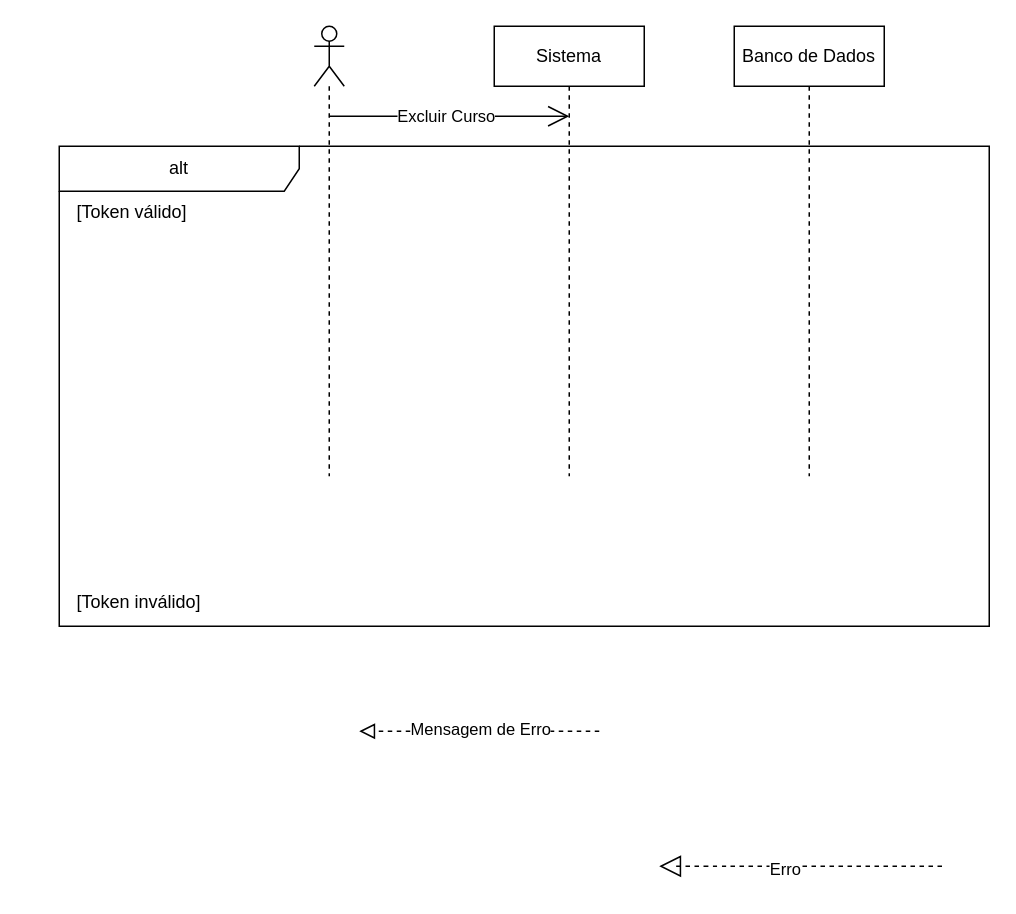
lauraesilva-design/SistemaGest-o-Escolar keeps this draw.io diagram as page "Excluir Curso" (15 of 22) of diagramas/sequencias.drawio. Above is the earlier version. Source tidied: cells renumbered, new cells numbered last; positions are measured from the earlier drawing's top-left corner, leaving out a move shared by most shapes. Both pictures are drawn from the tidied source at 150%, with x=0, y=0 at pixel (58, 26).
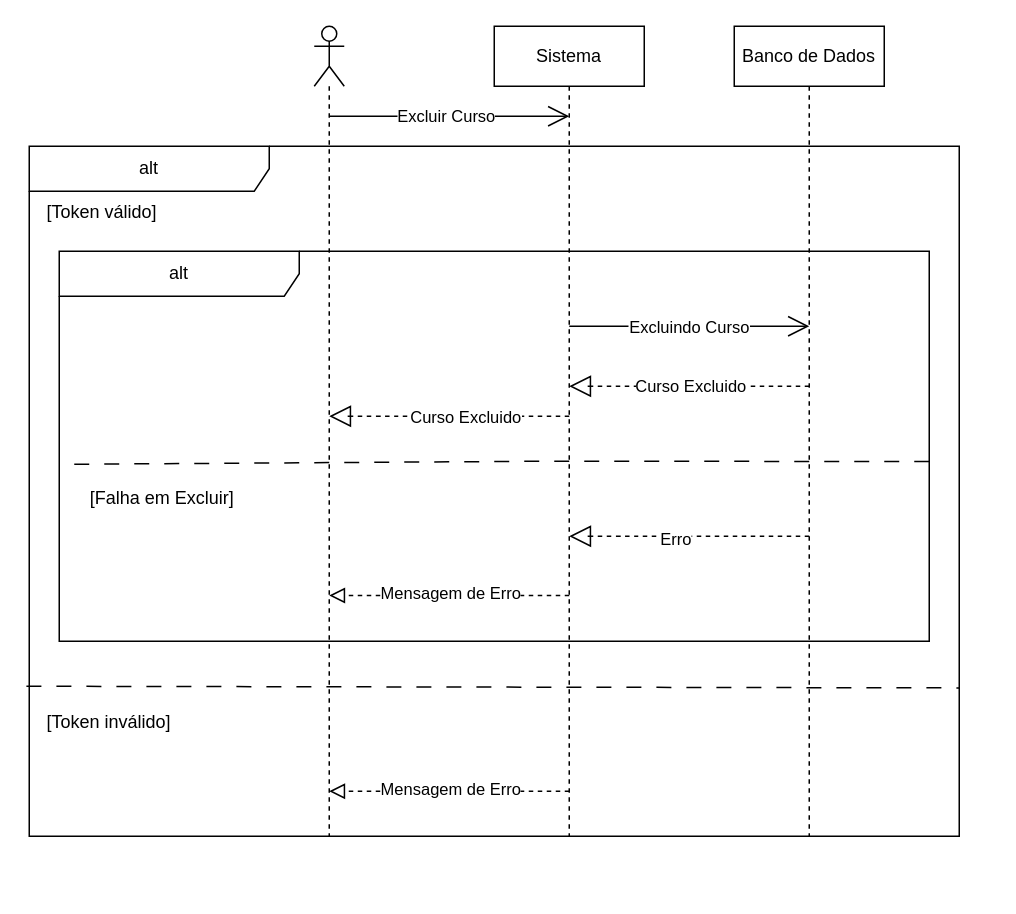
The same diagram, later.

What changed in the source:
```diff
@@
-    <mxCell id="2" style="shape=umlLifeline;perimeter=lifelinePerimeter;whiteSpace=wrap;html=1;newEdgeStyle={&quot;curved&quot;:0,&quot;rounded&quot;:0};participant=umlActor;" parent="1" vertex="1">
-      <mxGeometry x="170" width="20" height="300" as="geometry" />
-    </mxCell>
+    <mxCell id="14" style="shape=umlLifeline;perimeter=lifelinePerimeter;whiteSpace=wrap;html=1;newEdgeStyle={&quot;curved&quot;:0,&quot;rounded&quot;:0};participant=umlActor;" parent="1" vertex="1">
+      <mxGeometry x="170" width="20" height="540" as="geometry" />
+    </mxCell>
     <mxCell id="3" value="Sistema" style="shape=umlLifeline;perimeter=lifelinePerimeter;whiteSpace=wrap;html=1;newEdgeStyle={&quot;curved&quot;:0,&quot;rounded&quot;:0};" parent="1" vertex="1">
-      <mxGeometry x="290" width="100" height="300" as="geometry" />
+      <mxGeometry x="290" width="100" height="540" as="geometry" />
     </mxCell>
     <mxCell id="4" value="Banco de Dados" style="shape=umlLifeline;perimeter=lifelinePerimeter;whiteSpace=wrap;html=1;newEdgeStyle={&quot;curved&quot;:0,&quot;rounded&quot;:0};" parent="1" vertex="1">
-      <mxGeometry x="450" width="100" height="300" as="geometry" />
+      <mxGeometry x="450" width="100" height="540" as="geometry" />
     </mxCell>
-    <mxCell id="5" style="endArrow=open;endFill=1;endSize=12;html=1;" parent="1" edge="1">
-      <mxGeometry relative="1" as="geometry">
-        <mxPoint x="180" y="60" as="sourcePoint" />
-        <mxPoint x="340" y="60" as="targetPoint" />
-      </mxGeometry>
-    </mxCell>
+    <mxCell id="15" style="endArrow=open;endFill=1;endSize=12;html=1;" parent="1" edge="1">
+      <mxGeometry relative="1" as="geometry">
+        <mxPoint x="180" y="60" as="sourcePoint" />
+        <mxPoint x="340" y="60" as="targetPoint" />
+      </mxGeometry>
+    </mxCell>
-    <mxCell id="6" value="Excluir Curso" style="edgeLabel;html=1;align=center;verticalAlign=middle;" parent="5" vertex="1">
+    <mxCell id="6" value="Excluir Curso" style="edgeLabel;html=1;align=center;verticalAlign=middle;" parent="15" vertex="1">
       <mxGeometry x="-0.04" y="1" relative="1" as="geometry" />
     </mxCell>
-    <mxCell id="7" value="alt" style="shape=umlFrame;whiteSpace=wrap;html=1;width=160;" parent="1" vertex="1">
-      <mxGeometry y="80" width="620" height="320" as="geometry" />
-    </mxCell>
+    <mxCell id="16" value="alt" style="shape=umlFrame;whiteSpace=wrap;html=1;width=160;" parent="1" vertex="1">
+      <mxGeometry x="-20" y="80" width="620" height="460" as="geometry" />
+    </mxCell>
-    <mxCell id="8" value="[Token válido]" style="text;html=1;" parent="7" vertex="1">
+    <mxCell id="8" value="[Token válido]" style="text;html=1;" parent="16" vertex="1">
       <mxGeometry x="10" y="30" width="160" height="20" as="geometry" />
     </mxCell>
+    <mxCell id="17" value="alt" style="shape=umlFrame;whiteSpace=wrap;html=1;width=160;" parent="16" vertex="1">
+      <mxGeometry x="20" y="70" width="580" height="260" as="geometry" />
+    </mxCell>
+    <mxCell id="18" style="endArrow=none;startArrow=none;endFill=0;startFill=0;endSize=8;html=1;verticalAlign=bottom;dashed=1;labelBackgroundColor=none;dashPattern=10 10;entryX=0.995;entryY=0.757;entryDx=0;entryDy=0;entryPerimeter=0;" parent="17" edge="1">
+      <mxGeometry relative="1" as="geometry">
+        <mxPoint x="10" y="142" as="sourcePoint" />
+        <mxPoint x="587.1" y="140.2" as="targetPoint" />
+        <Array as="points">
+          <mxPoint x="320" y="140" />
+          <mxPoint x="380" y="140" />
+        </Array>
+      </mxGeometry>
+    </mxCell>
+    <mxCell id="19" style="endArrow=block;startArrow=none;endFill=0;startFill=0;endSize=8;html=1;verticalAlign=bottom;dashed=1;labelBackgroundColor=none;" parent="17" edge="1">
+      <mxGeometry relative="1" as="geometry">
+        <mxPoint x="340" y="229.5" as="sourcePoint" />
+        <mxPoint x="180" y="229.5" as="targetPoint" />
+      </mxGeometry>
+    </mxCell>
+    <mxCell id="20" value="Mensagem de Erro" style="edgeLabel;html=1;align=center;verticalAlign=middle;" parent="19" vertex="1">
+      <mxGeometry relative="1" as="geometry">
+        <mxPoint y="-2" as="offset" />
+      </mxGeometry>
+    </mxCell>
+    <mxCell id="21" value="[Falha em Excluir]&amp;nbsp;" style="text;html=1;align=center;verticalAlign=middle;strokeColor=none;fillColor=none;" parent="17" vertex="1">
+      <mxGeometry x="10" y="150" width="120" height="30" as="geometry" />
+    </mxCell>
+    <mxCell id="22" style="endArrow=block;dashed=1;endFill=0;endSize=12;html=1;" parent="17" edge="1">
+      <mxGeometry relative="1" as="geometry">
+        <mxPoint x="500" y="190" as="sourcePoint" />
+        <mxPoint x="340" y="190" as="targetPoint" />
+        <Array as="points">
+          <mxPoint x="450.5" y="190" />
+          <mxPoint x="400" y="190" />
+          <mxPoint x="380" y="190" />
+          <mxPoint x="360" y="190" />
+          <mxPoint x="350" y="190" />
+        </Array>
+      </mxGeometry>
+    </mxCell>
+    <mxCell id="13" value="Erro" style="edgeLabel;html=1;align=center;verticalAlign=middle;" parent="22" vertex="1">
+      <mxGeometry x="0.06" y="1" relative="1" as="geometry">
+        <mxPoint x="-5" as="offset" />
+      </mxGeometry>
+    </mxCell>
+    <mxCell id="23" style="endArrow=open;endFill=1;endSize=12;html=1;" parent="17" edge="1">
+      <mxGeometry relative="1" as="geometry">
+        <mxPoint x="340" y="50" as="sourcePoint" />
+        <mxPoint x="500" y="50" as="targetPoint" />
+      </mxGeometry>
+    </mxCell>
+    <mxCell id="24" value="Excluindo Curso" style="edgeLabel;html=1;align=center;verticalAlign=middle;" parent="23" vertex="1">
+      <mxGeometry x="-0.01" y="1" relative="1" as="geometry">
+        <mxPoint y="1" as="offset" />
+      </mxGeometry>
+    </mxCell>
+    <mxCell id="25" style="endArrow=block;dashed=1;endFill=0;endSize=12;html=1;" parent="17" edge="1">
+      <mxGeometry relative="1" as="geometry">
+        <mxPoint x="500" y="90" as="sourcePoint" />
+        <mxPoint x="340" y="90" as="targetPoint" />
+        <Array as="points">
+          <mxPoint x="450.5" y="90" />
+          <mxPoint x="380" y="90" />
+          <mxPoint x="360" y="90" />
+          <mxPoint x="350" y="90" />
+        </Array>
+      </mxGeometry>
+    </mxCell>
+    <mxCell id="26" value="Curso Excluido" style="edgeLabel;html=1;align=center;verticalAlign=middle;" parent="25" vertex="1">
+      <mxGeometry x="0.28" y="-1" relative="1" as="geometry">
+        <mxPoint x="22" as="offset" />
+      </mxGeometry>
+    </mxCell>
+    <mxCell id="27" style="endArrow=block;dashed=1;endFill=0;endSize=12;html=1;" parent="17" edge="1">
+      <mxGeometry relative="1" as="geometry">
+        <mxPoint x="340" y="110" as="sourcePoint" />
+        <mxPoint x="180" y="110" as="targetPoint" />
+        <Array as="points">
+          <mxPoint x="240" y="110" />
+          <mxPoint x="220" y="110" />
+          <mxPoint x="200" y="110" />
+          <mxPoint x="190" y="110" />
+        </Array>
+      </mxGeometry>
+    </mxCell>
+    <mxCell id="28" style="edgeLabel;html=1;align=center;verticalAlign=middle;" parent="27" vertex="1">
+      <mxGeometry x="-0.25" relative="1" as="geometry" />
+    </mxCell>
+    <mxCell id="29" value="&lt;span style=&quot;color: rgb(0, 0, 0);&quot;&gt;Curso Excluido&lt;/span&gt;" style="edgeLabel;html=1;align=center;verticalAlign=middle;" parent="27" vertex="1">
+      <mxGeometry x="-0.47" relative="1" as="geometry">
+        <mxPoint x="-28" as="offset" />
+      </mxGeometry>
+    </mxCell>
-    <mxCell id="9" value="[Token inválido]" style="text;html=1;" parent="7" vertex="1">
-      <mxGeometry x="10" y="290" width="160" height="20" as="geometry" />
+    <mxCell id="9" value="[Token inválido]" style="text;html=1;" parent="16" vertex="1">
+      <mxGeometry x="10" y="370" width="160" height="20" as="geometry" />
     </mxCell>
-    <mxCell id="10" style="endArrow=block;startArrow=none;endFill=0;startFill=0;endSize=8;html=1;verticalAlign=bottom;dashed=1;labelBackgroundColor=none;" parent="1" edge="1">
-      <mxGeometry relative="1" as="geometry">
-        <mxPoint x="360" y="470" as="sourcePoint" />
-        <mxPoint x="200" y="470" as="targetPoint" />
-      </mxGeometry>
-    </mxCell>
-    <mxCell id="11" value="Mensagem de Erro" style="edgeLabel;html=1;align=center;verticalAlign=middle;" parent="10" vertex="1">
-      <mxGeometry relative="1" as="geometry">
-        <mxPoint y="-2" as="offset" />
-      </mxGeometry>
-    </mxCell>
-    <mxCell id="12" style="endArrow=block;dashed=1;endFill=0;endSize=12;html=1;" parent="1" edge="1">
-      <mxGeometry relative="1" as="geometry">
-        <mxPoint x="588.5" y="560" as="sourcePoint" />
-        <mxPoint x="400" y="560" as="targetPoint" />
-        <Array as="points">
-          <mxPoint x="510.5" y="560" />
-          <mxPoint x="460" y="560" />
-          <mxPoint x="440" y="560" />
-          <mxPoint x="420" y="560" />
-          <mxPoint x="410" y="560" />
-        </Array>
-      </mxGeometry>
-    </mxCell>
-    <mxCell id="13" value="Erro" style="edgeLabel;html=1;align=center;verticalAlign=middle;" parent="12" vertex="1">
-      <mxGeometry x="0.06" y="1" relative="1" as="geometry">
-        <mxPoint x="-5" as="offset" />
-      </mxGeometry>
-    </mxCell>
+    <mxCell id="30" style="endArrow=block;startArrow=none;endFill=0;startFill=0;endSize=8;html=1;verticalAlign=bottom;dashed=1;labelBackgroundColor=none;" parent="16" edge="1">
+      <mxGeometry relative="1" as="geometry">
+        <mxPoint x="360" y="430" as="sourcePoint" />
+        <mxPoint x="200" y="430" as="targetPoint" />
+      </mxGeometry>
+    </mxCell>
+    <mxCell id="31" value="Mensagem de Erro" style="edgeLabel;html=1;align=center;verticalAlign=middle;" parent="30" vertex="1">
+      <mxGeometry relative="1" as="geometry">
+        <mxPoint y="-2" as="offset" />
+      </mxGeometry>
+    </mxCell>
+    <mxCell id="32" style="endArrow=none;startArrow=none;endFill=0;startFill=0;endSize=8;html=1;verticalAlign=bottom;dashed=1;labelBackgroundColor=none;dashPattern=10 10;entryX=1.003;entryY=0.835;entryDx=0;entryDy=0;entryPerimeter=0;" parent="16" edge="1">
+      <mxGeometry relative="1" as="geometry">
+        <mxPoint x="-1.9" y="360" as="sourcePoint" />
+        <mxPoint x="620" y="361.1" as="targetPoint" />
+      </mxGeometry>
+    </mxCell>
```
